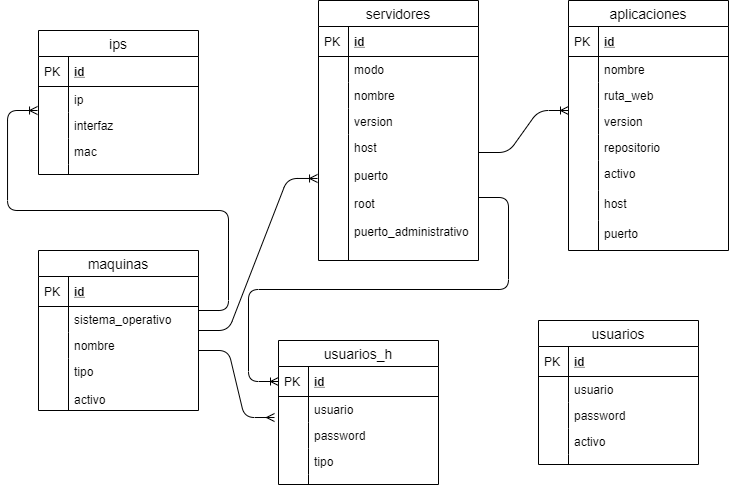
JoseLlamas/ase keeps this draw.io diagram as EntidadRelacionDB-ASE.png. Above is the earlier version. Source tidied: cells renumbered, new cells last; positions are measured from the earlier drawing's top-left corner, leaving out a move shared by most shapes.
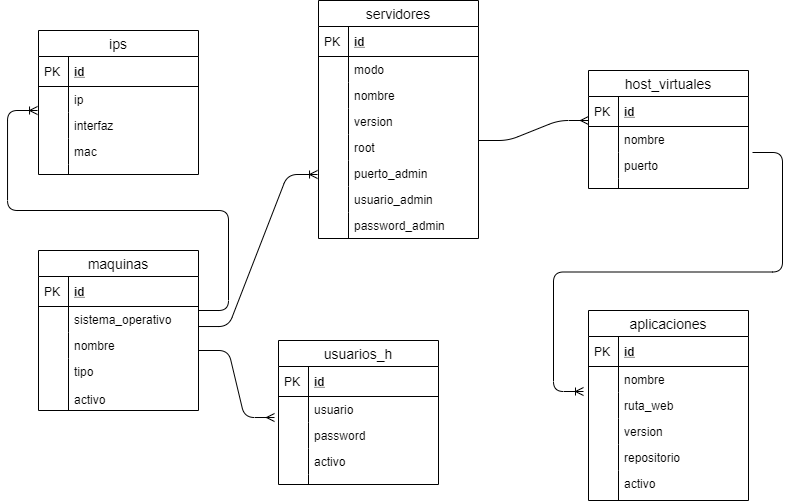
The same file after the commit.

Diff of the diagram source:
```diff
@@ -93,23 +93,20 @@
     <mxCell id="30" style="shape=partialRectangle;top=0;left=0;bottom=0;fillColor=none;align=left;verticalAlign=top;spacingLeft=4;spacingRight=4;overflow=hidden;fontSize=12;" parent="29" vertex="1">
       <mxGeometry width="30" height="26" as="geometry" />
     </mxCell>
-    <mxCell id="31" value="tipo" style="shape=partialRectangle;top=0;left=0;right=0;bottom=0;align=left;verticalAlign=top;fillColor=none;spacingLeft=34;spacingRight=4;overflow=hidden;fontSize=12;" parent="24" vertex="1">
-      <mxGeometry y="108" width="160" height="26" as="geometry" />
-    </mxCell>
-    <mxCell id="32" style="shape=partialRectangle;top=0;left=0;bottom=0;fillColor=none;align=left;verticalAlign=top;spacingLeft=4;spacingRight=4;overflow=hidden;fontSize=12;" parent="31" vertex="1">
-      <mxGeometry width="30" height="26" as="geometry" />
-    </mxCell>
+    <mxCell id="56" value="activo" style="shape=partialRectangle;top=0;left=0;right=0;bottom=0;align=left;verticalAlign=top;fillColor=none;spacingLeft=34;spacingRight=4;overflow=hidden;fontSize=12;" parent="24" vertex="1">
+      <mxGeometry y="108" width="160" height="26" as="geometry" />
+    </mxCell>
+    <mxCell id="77" style="shape=partialRectangle;top=0;left=0;bottom=0;fillColor=none;align=left;verticalAlign=top;spacingLeft=4;spacingRight=4;overflow=hidden;fontSize=12;" parent="56" vertex="1">
+      <mxGeometry width="30" height="26" as="geometry" />
+    </mxCell>
     <mxCell id="33" style="shape=partialRectangle;top=0;left=0;right=0;bottom=0;align=left;verticalAlign=top;fillColor=none;spacingLeft=34;spacingRight=4;overflow=hidden;fontSize=12;" parent="24" vertex="1">
       <mxGeometry y="134" width="160" height="10" as="geometry" />
     </mxCell>
     <mxCell id="34" style="shape=partialRectangle;top=0;left=0;bottom=0;fillColor=none;align=left;verticalAlign=top;spacingLeft=4;spacingRight=4;overflow=hidden;fontSize=12;" parent="33" vertex="1">
       <mxGeometry width="30" height="10" as="geometry" />
     </mxCell>
-    <mxCell id="35" style="edgeStyle=entityRelationEdgeStyle;fontSize=12;html=1;endArrow=ERoneToMany;exitX=1;exitY=0.5;exitDx=0;exitDy=0;entryX=0;entryY=0.5;entryDx=0;entryDy=0;" parent="1" edge="1" source="45" target="25">
-      <mxGeometry relative="1" as="geometry" />
-    </mxCell>
     <mxCell id="36" value="servidores" style="swimlane;fontStyle=0;horizontal=1;startSize=26;align=center;fontSize=14;" parent="1" vertex="1">
-      <mxGeometry x="280" width="160" height="260" as="geometry" />
+      <mxGeometry x="280" width="160" height="238" as="geometry" />
     </mxCell>
     <mxCell id="37" value="id" style="shape=partialRectangle;top=0;left=0;right=0;bottom=1;align=left;verticalAlign=middle;fillColor=none;spacingLeft=34;spacingRight=4;overflow=hidden;fontStyle=5;fontSize=12;" parent="36" vertex="1">
       <mxGeometry y="26" width="160" height="30" as="geometry" />
@@ -135,57 +132,70 @@
     <mxCell id="44" style="shape=partialRectangle;top=0;left=0;bottom=0;fillColor=none;align=left;verticalAlign=top;spacingLeft=4;spacingRight=4;overflow=hidden;fontSize=12;" parent="43" vertex="1">
       <mxGeometry width="30" height="26" as="geometry" />
     </mxCell>
-    <mxCell id="45" value="host&#10;&#10;puerto&#10;&#10;root&#10;&#10;puerto_administrativo" style="shape=partialRectangle;top=0;left=0;right=0;bottom=0;align=left;verticalAlign=top;fillColor=none;spacingLeft=34;spacingRight=4;overflow=hidden;points=[[0,0.5],[1,0.5]];portConstraint=eastwest;fontSize=12;" parent="36" vertex="1">
-      <mxGeometry y="134" width="160" height="126" as="geometry" />
-    </mxCell>
-    <mxCell id="46" style="shape=partialRectangle;top=0;left=0;bottom=0;fillColor=none;align=left;verticalAlign=top;spacingLeft=4;spacingRight=4;overflow=hidden;fontSize=12;" parent="45" vertex="1">
-      <mxGeometry width="30" height="126" as="geometry" />
-    </mxCell>
+    <mxCell id="78" value="root" style="shape=partialRectangle;top=0;left=0;right=0;bottom=0;align=left;verticalAlign=top;fillColor=none;spacingLeft=34;spacingRight=4;overflow=hidden;fontSize=12;" parent="36" vertex="1">
+      <mxGeometry y="134" width="160" height="26" as="geometry" />
+    </mxCell>
+    <mxCell id="79" style="shape=partialRectangle;top=0;left=0;bottom=0;fillColor=none;align=left;verticalAlign=top;spacingLeft=4;spacingRight=4;overflow=hidden;fontSize=12;" parent="78" vertex="1">
+      <mxGeometry width="30" height="26" as="geometry" />
+    </mxCell>
+    <mxCell id="80" value="puerto_admin&#10;" style="shape=partialRectangle;top=0;left=0;right=0;bottom=0;align=left;verticalAlign=top;fillColor=none;spacingLeft=34;spacingRight=4;overflow=hidden;fontSize=12;" parent="36" vertex="1">
+      <mxGeometry y="160" width="160" height="26" as="geometry" />
+    </mxCell>
+    <mxCell id="81" style="shape=partialRectangle;top=0;left=0;bottom=0;fillColor=none;align=left;verticalAlign=top;spacingLeft=4;spacingRight=4;overflow=hidden;fontSize=12;" parent="80" vertex="1">
+      <mxGeometry width="30" height="26" as="geometry" />
+    </mxCell>
+    <mxCell id="82" value="usuario_admin" style="shape=partialRectangle;top=0;left=0;right=0;bottom=0;align=left;verticalAlign=top;fillColor=none;spacingLeft=34;spacingRight=4;overflow=hidden;fontSize=12;" parent="36" vertex="1">
+      <mxGeometry y="186" width="160" height="26" as="geometry" />
+    </mxCell>
+    <mxCell id="83" style="shape=partialRectangle;top=0;left=0;bottom=0;fillColor=none;align=left;verticalAlign=top;spacingLeft=4;spacingRight=4;overflow=hidden;fontSize=12;" parent="82" vertex="1">
+      <mxGeometry width="30" height="26" as="geometry" />
+    </mxCell>
+    <mxCell id="84" value="password_admin" style="shape=partialRectangle;top=0;left=0;right=0;bottom=0;align=left;verticalAlign=top;fillColor=none;spacingLeft=34;spacingRight=4;overflow=hidden;fontSize=12;" parent="36" vertex="1">
+      <mxGeometry y="212" width="160" height="26" as="geometry" />
+    </mxCell>
+    <mxCell id="85" style="shape=partialRectangle;top=0;left=0;bottom=0;fillColor=none;align=left;verticalAlign=top;spacingLeft=4;spacingRight=4;overflow=hidden;fontSize=12;" parent="84" vertex="1">
+      <mxGeometry width="30" height="26" as="geometry" />
+    </mxCell>
-    <mxCell id="47" style="edgeStyle=entityRelationEdgeStyle;fontSize=12;html=1;endArrow=ERoneToMany;entryX=-0.006;entryY=0.349;entryDx=0;entryDy=0;entryPerimeter=0;" parent="1" edge="1" target="45">
+    <mxCell id="47" style="edgeStyle=entityRelationEdgeStyle;fontSize=12;html=1;endArrow=ERoneToMany;entryX=-0.006;entryY=0.349;entryDx=0;entryDy=0;entryPerimeter=0;" parent="1" edge="1">
       <mxGeometry relative="1" as="geometry">
-        <mxPoint x="160" y="330" as="sourcePoint" />
+        <mxPoint x="160" y="326" as="sourcePoint" />
+        <mxPoint x="279" y="174" as="targetPoint" />
       </mxGeometry>
     </mxCell>
-    <mxCell id="48" style="edgeStyle=entityRelationEdgeStyle;fontSize=12;html=1;endArrow=ERoneToMany;entryX=0;entryY=0.077;entryDx=0;entryDy=0;entryPerimeter=0;" parent="1" edge="1" target="67">
-      <mxGeometry relative="1" as="geometry">
-        <mxPoint x="440" y="152" as="sourcePoint" />
-      </mxGeometry>
-    </mxCell>
-    <mxCell id="49" value="usuarios" style="swimlane;fontStyle=0;horizontal=1;startSize=26;align=center;fontSize=14;" parent="1" vertex="1">
-      <mxGeometry x="500" y="320" width="160" height="144" as="geometry" />
-    </mxCell>
+    <mxCell id="86" value="host_virtuales" style="swimlane;fontStyle=0;horizontal=1;startSize=26;align=center;fontSize=14;" parent="1" vertex="1">
+      <mxGeometry x="550" y="70" width="160" height="118" as="geometry" />
+    </mxCell>
-    <mxCell id="50" value="id" style="shape=partialRectangle;top=0;left=0;right=0;bottom=1;align=left;verticalAlign=middle;fillColor=none;spacingLeft=34;spacingRight=4;overflow=hidden;points=[[0,0.5],[1,0.5]];portConstraint=eastwest;fontStyle=5;fontSize=12;" parent="49" vertex="1">
+    <mxCell id="50" value="id" style="shape=partialRectangle;top=0;left=0;right=0;bottom=1;align=left;verticalAlign=middle;fillColor=none;spacingLeft=34;spacingRight=4;overflow=hidden;points=[[0,0.5],[1,0.5]];portConstraint=eastwest;fontStyle=5;fontSize=12;" parent="86" vertex="1">
       <mxGeometry y="26" width="160" height="30" as="geometry" />
     </mxCell>
     <mxCell id="51" value="PK" style="shape=partialRectangle;top=0;left=0;bottom=0;fillColor=none;align=left;verticalAlign=middle;spacingLeft=4;spacingRight=4;overflow=hidden;fontSize=12;" parent="50" vertex="1">
       <mxGeometry width="30" height="30" as="geometry" />
     </mxCell>
-    <mxCell id="52" value="usuario" style="shape=partialRectangle;top=0;left=0;right=0;bottom=0;align=left;verticalAlign=top;fillColor=none;spacingLeft=34;spacingRight=4;overflow=hidden;fontSize=12;" parent="49" vertex="1">
-      <mxGeometry y="56" width="160" height="26" as="geometry" />
-    </mxCell>
-    <mxCell id="53" style="shape=partialRectangle;top=0;left=0;bottom=0;fillColor=none;align=left;verticalAlign=top;spacingLeft=4;spacingRight=4;overflow=hidden;fontSize=12;" parent="52" vertex="1">
-      <mxGeometry width="30" height="26" as="geometry" />
-    </mxCell>
-    <mxCell id="54" value="password" style="shape=partialRectangle;top=0;left=0;right=0;bottom=0;align=left;verticalAlign=top;fillColor=none;spacingLeft=34;spacingRight=4;overflow=hidden;fontSize=12;" parent="49" vertex="1">
-      <mxGeometry y="82" width="160" height="26" as="geometry" />
-    </mxCell>
-    <mxCell id="55" style="shape=partialRectangle;top=0;left=0;bottom=0;fillColor=none;align=left;verticalAlign=top;spacingLeft=4;spacingRight=4;overflow=hidden;fontSize=12;" parent="54" vertex="1">
-      <mxGeometry width="30" height="26" as="geometry" />
-    </mxCell>
-    <mxCell id="56" value="activo" style="shape=partialRectangle;top=0;left=0;right=0;bottom=0;align=left;verticalAlign=top;fillColor=none;spacingLeft=34;spacingRight=4;overflow=hidden;fontSize=12;" parent="49" vertex="1">
-      <mxGeometry y="108" width="160" height="26" as="geometry" />
-    </mxCell>
-    <mxCell id="57" style="shape=partialRectangle;top=0;left=0;bottom=0;fillColor=none;align=left;verticalAlign=top;spacingLeft=4;spacingRight=4;overflow=hidden;fontSize=12;" parent="56" vertex="1">
-      <mxGeometry width="30" height="26" as="geometry" />
-    </mxCell>
-    <mxCell id="58" style="shape=partialRectangle;top=0;left=0;right=0;bottom=0;align=left;verticalAlign=top;fillColor=none;spacingLeft=34;spacingRight=4;overflow=hidden;fontSize=12;" parent="49" vertex="1">
-      <mxGeometry y="134" width="160" height="10" as="geometry" />
-    </mxCell>
+    <mxCell id="87" value="nombre" style="shape=partialRectangle;top=0;left=0;right=0;bottom=0;align=left;verticalAlign=top;fillColor=none;spacingLeft=34;spacingRight=4;overflow=hidden;fontSize=12;" parent="86" vertex="1">
+      <mxGeometry y="56" width="160" height="26" as="geometry" />
+    </mxCell>
+    <mxCell id="88" style="shape=partialRectangle;top=0;left=0;bottom=0;fillColor=none;align=left;verticalAlign=top;spacingLeft=4;spacingRight=4;overflow=hidden;fontSize=12;" parent="87" vertex="1">
+      <mxGeometry width="30" height="26" as="geometry" />
+    </mxCell>
+    <mxCell id="75" value="puerto" style="shape=partialRectangle;top=0;left=0;right=0;bottom=0;align=left;verticalAlign=top;fillColor=none;spacingLeft=34;spacingRight=4;overflow=hidden;points=[[0,0.5],[1,0.5]];portConstraint=eastwest;fontSize=12;" parent="86" vertex="1">
+      <mxGeometry y="82" width="160" height="26" as="geometry" />
+    </mxCell>
+    <mxCell id="89" style="shape=partialRectangle;top=0;left=0;bottom=0;fillColor=none;align=left;verticalAlign=top;spacingLeft=4;spacingRight=4;overflow=hidden;fontSize=12;" parent="75" vertex="1">
+      <mxGeometry width="30" height="26" as="geometry" />
+    </mxCell>
+    <mxCell id="90" style="shape=partialRectangle;top=0;left=0;right=0;bottom=0;align=left;verticalAlign=top;fillColor=none;spacingLeft=34;spacingRight=4;overflow=hidden;fontSize=12;" parent="86" vertex="1">
+      <mxGeometry y="108" width="160" height="10" as="geometry" />
+    </mxCell>
-    <mxCell id="59" style="shape=partialRectangle;top=0;left=0;bottom=0;fillColor=none;align=left;verticalAlign=top;spacingLeft=4;spacingRight=4;overflow=hidden;fontSize=12;" parent="58" vertex="1">
+    <mxCell id="59" style="shape=partialRectangle;top=0;left=0;bottom=0;fillColor=none;align=left;verticalAlign=top;spacingLeft=4;spacingRight=4;overflow=hidden;fontSize=12;" parent="90" vertex="1">
       <mxGeometry width="30" height="10" as="geometry" />
     </mxCell>
+    <mxCell id="91" style="edgeStyle=entityRelationEdgeStyle;fontSize=12;html=1;endArrow=ERmany;entryX=0;entryY=0.8;entryDx=0;entryDy=0;entryPerimeter=0;" parent="1" edge="1" target="50">
+      <mxGeometry relative="1" as="geometry">
+        <mxPoint x="440" y="140" as="sourcePoint" />
+      </mxGeometry>
+    </mxCell>
     <mxCell id="60" value="aplicaciones" style="swimlane;fontStyle=0;horizontal=1;startSize=26;align=center;fontSize=14;" parent="1" vertex="1">
-      <mxGeometry x="530" width="160" height="250" as="geometry" />
+      <mxGeometry x="550" y="310" width="160" height="190" as="geometry" />
     </mxCell>
     <mxCell id="61" value="id" style="shape=partialRectangle;top=0;left=0;right=0;bottom=1;align=left;verticalAlign=middle;fillColor=none;spacingLeft=34;spacingRight=4;overflow=hidden;fontStyle=5;fontSize=12;" parent="60" vertex="1">
       <mxGeometry y="26" width="160" height="30" as="geometry" />
@@ -223,17 +233,10 @@
     <mxCell id="72" style="shape=partialRectangle;top=0;left=0;bottom=0;fillColor=none;align=left;verticalAlign=top;spacingLeft=4;spacingRight=4;overflow=hidden;fontSize=12;" parent="71" vertex="1">
       <mxGeometry width="30" height="30" as="geometry" />
     </mxCell>
-    <mxCell id="73" value="host" style="shape=partialRectangle;top=0;left=0;right=0;bottom=0;align=left;verticalAlign=top;fillColor=none;spacingLeft=34;spacingRight=4;overflow=hidden;fontSize=12;" parent="60" vertex="1">
-      <mxGeometry y="190" width="160" height="30" as="geometry" />
-    </mxCell>
-    <mxCell id="74" style="shape=partialRectangle;top=0;left=0;bottom=0;fillColor=none;align=left;verticalAlign=top;spacingLeft=4;spacingRight=4;overflow=hidden;fontSize=12;" parent="73" vertex="1">
-      <mxGeometry width="30" height="30" as="geometry" />
-    </mxCell>
-    <mxCell id="75" value="puerto" style="shape=partialRectangle;top=0;left=0;right=0;bottom=0;align=left;verticalAlign=top;fillColor=none;spacingLeft=34;spacingRight=4;overflow=hidden;points=[[0,0.5],[1,0.5]];portConstraint=eastwest;fontSize=12;" parent="60" vertex="1">
-      <mxGeometry y="220" width="160" height="30" as="geometry" />
-    </mxCell>
-    <mxCell id="76" style="shape=partialRectangle;top=0;left=0;bottom=0;fillColor=none;align=left;verticalAlign=top;spacingLeft=4;spacingRight=4;overflow=hidden;fontSize=12;" parent="75" vertex="1">
-      <mxGeometry width="30" height="30" as="geometry" />
-    </mxCell>
+    <mxCell id="92" style="edgeStyle=entityRelationEdgeStyle;fontSize=12;html=1;endArrow=ERoneToMany;exitX=1.025;exitY=0;exitDx=0;exitDy=0;exitPerimeter=0;" parent="1" edge="1" source="75">
+      <mxGeometry relative="1" as="geometry">
+        <mxPoint x="545" y="391" as="targetPoint" />
+      </mxGeometry>
+    </mxCell>
   </root>
 </mxGraphModel>
```
